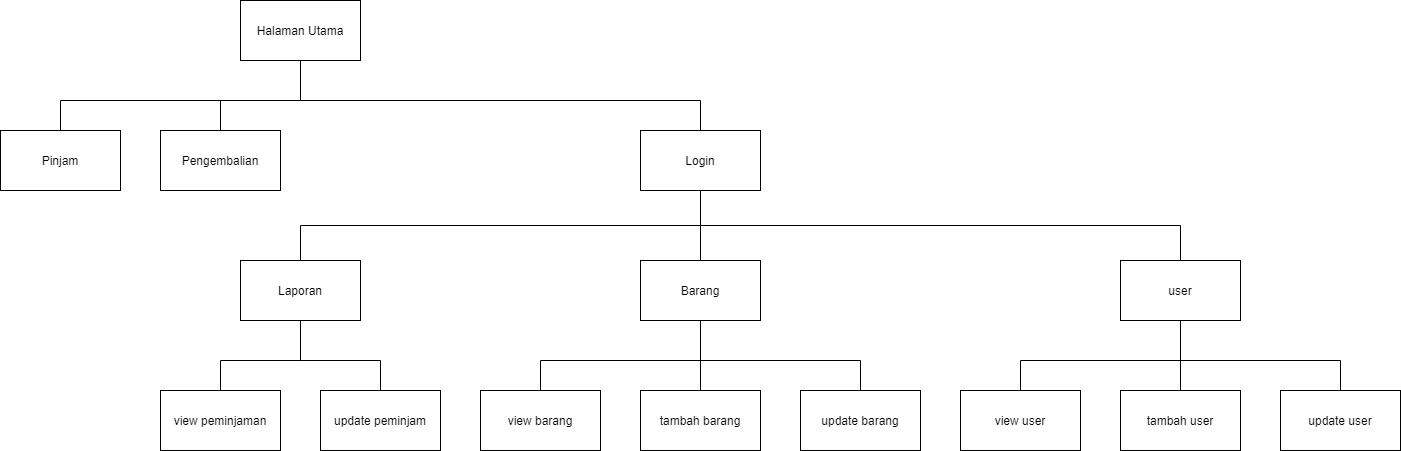
This is Rancangan Arsitektur - revisi/rancangan arsitektur inventory kampus.drawio.png from ZarelLast/Tugas_MDPL_Praktik, a draw.io export, as it was before one commit. Source tidied: cells renumbered, new cells last; positions are measured from the earlier drawing's top-left corner, leaving out a move shared by most shapes.
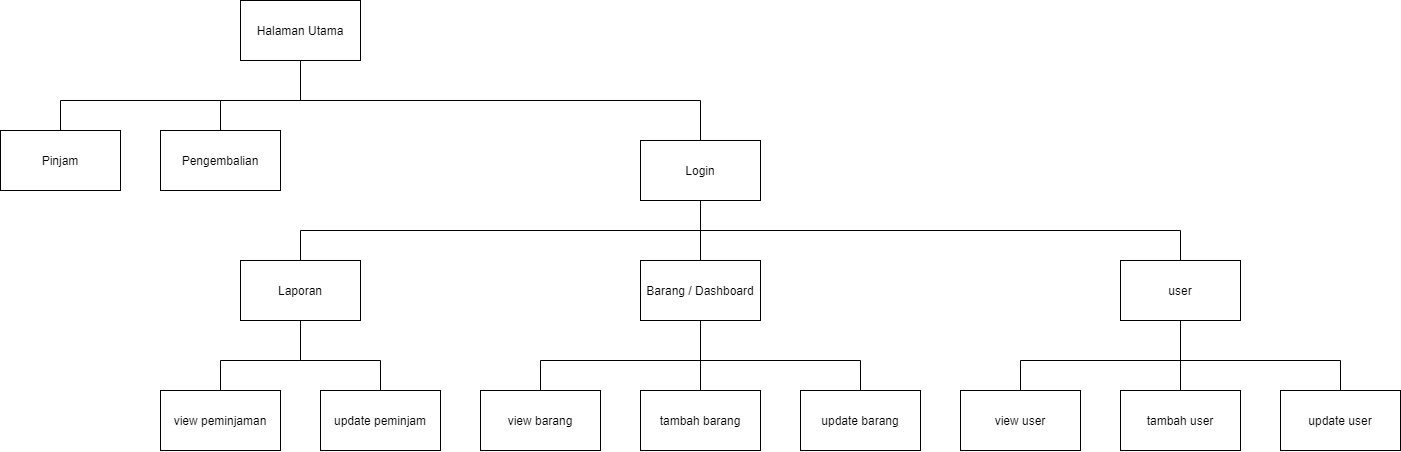
The same file after the commit.

Diff of the diagram source:
```diff
@@ -12,7 +12,7 @@
       <mxGeometry relative="1" as="geometry" />
     </mxCell>
     <mxCell id="5" value="Login" style="rounded=0;whiteSpace=wrap;html=1;fillColor=default;strokeColor=default;fontColor=default;" parent="1" vertex="1">
-      <mxGeometry x="640" y="130" width="120" height="60" as="geometry" />
+      <mxGeometry x="640" y="140" width="120" height="60" as="geometry" />
     </mxCell>
     <mxCell id="6" style="edgeStyle=orthogonalEdgeStyle;rounded=0;jettySize=auto;html=1;entryX=0.5;entryY=0;entryDx=0;entryDy=0;endArrow=none;endFill=0;strokeColor=default;labelBackgroundColor=default;fontColor=default;" parent="1" edge="1" source="8" target="9">
       <mxGeometry relative="1" as="geometry">
@@ -58,7 +58,7 @@
         </Array>
       </mxGeometry>
     </mxCell>
-    <mxCell id="14" value="Barang" style="rounded=0;whiteSpace=wrap;html=1;" parent="1" vertex="1">
+    <mxCell id="14" value="Barang / Dashboard" style="rounded=0;whiteSpace=wrap;html=1;" parent="1" vertex="1">
       <mxGeometry x="640" y="260" width="120" height="60" as="geometry" />
     </mxCell>
     <mxCell id="15" value="view barang" style="rounded=0;whiteSpace=wrap;html=1;" parent="1" vertex="1">
```
